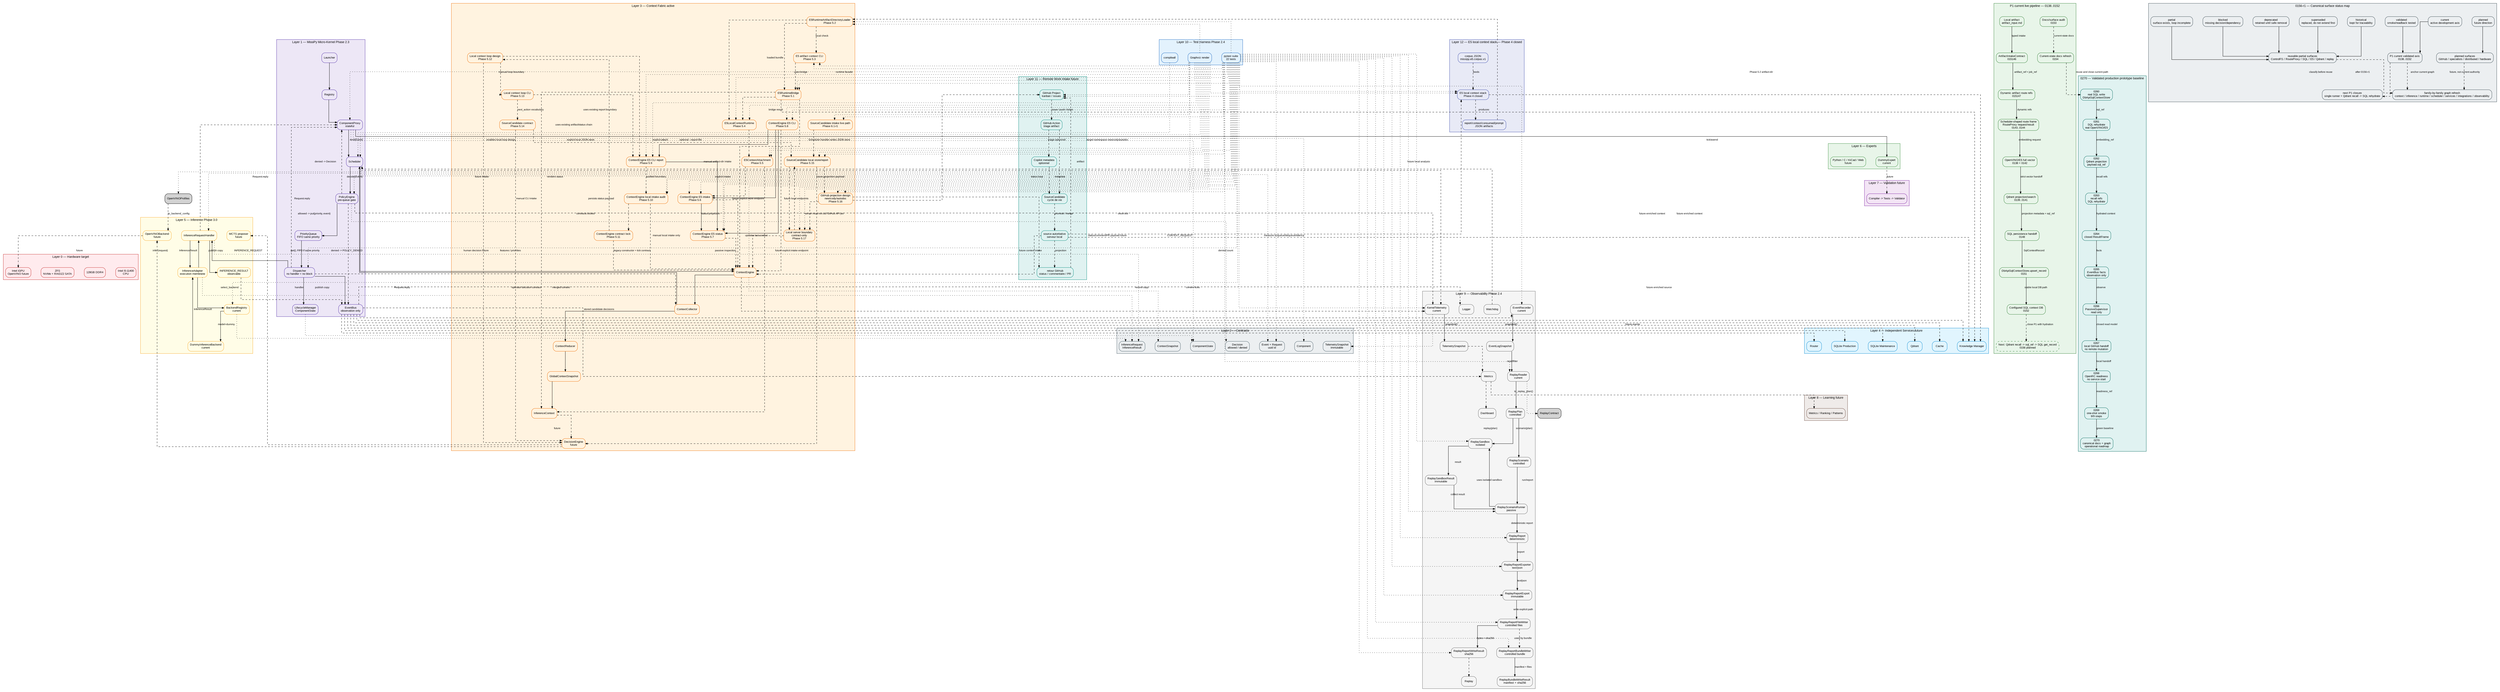
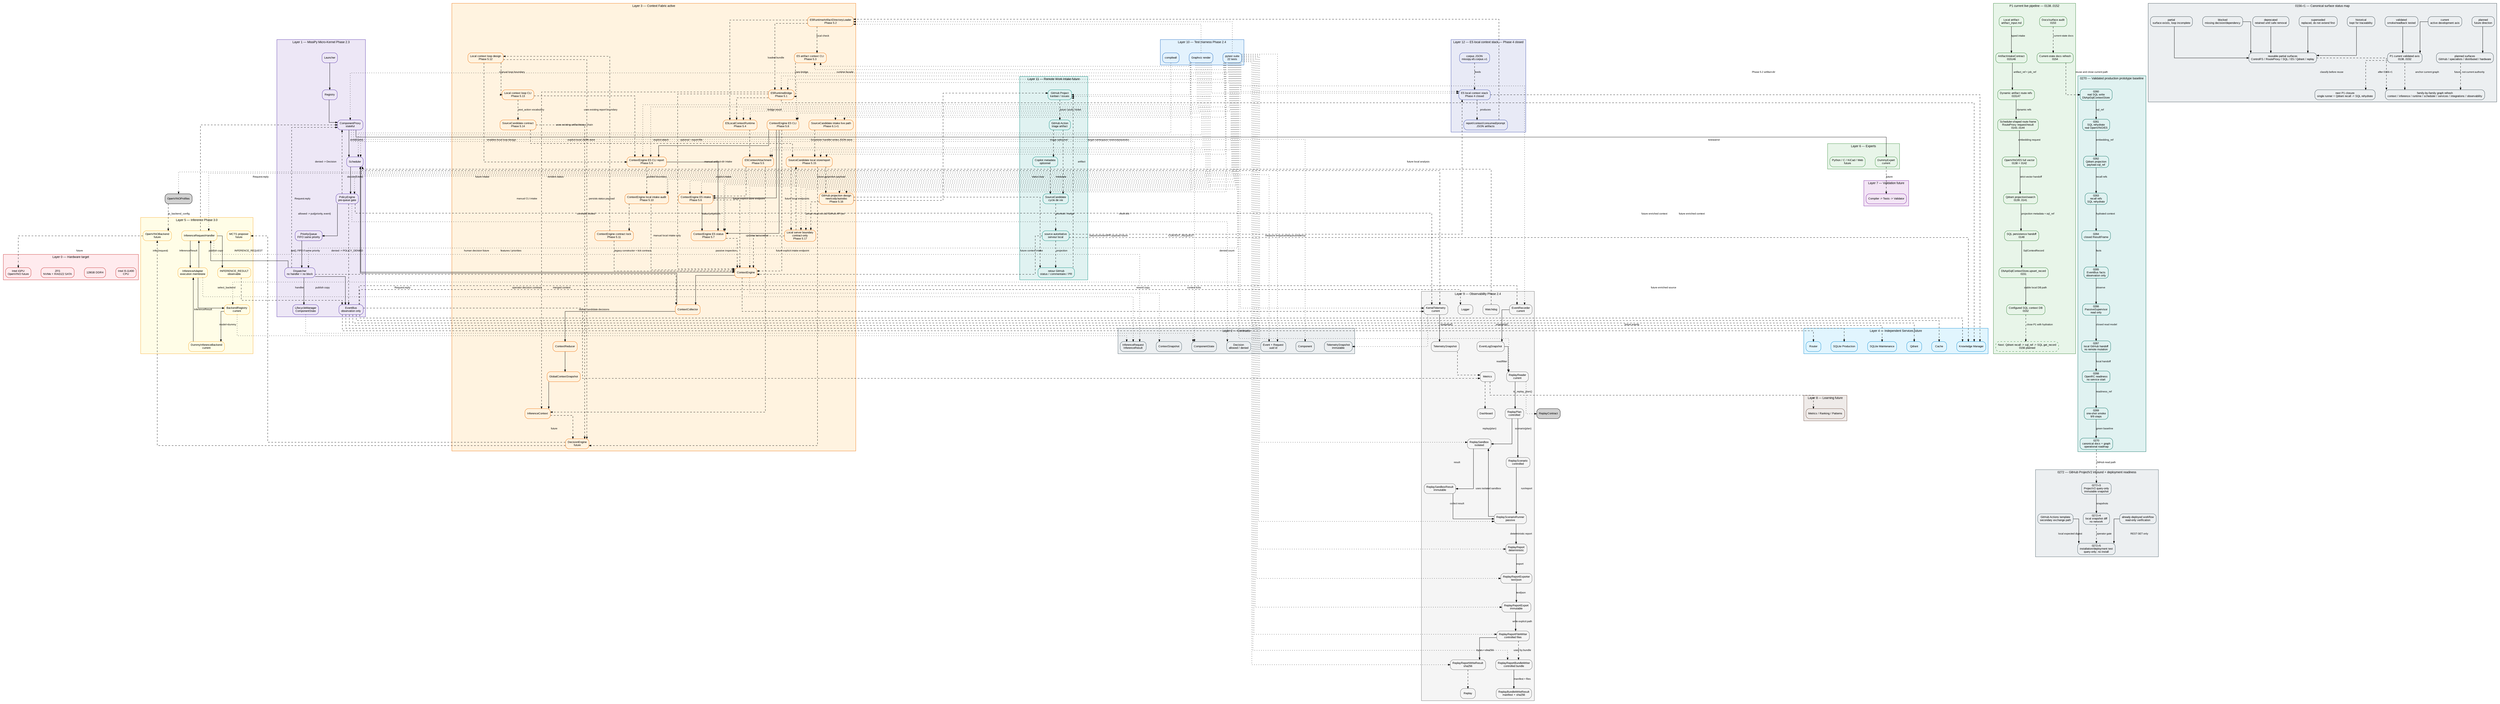
digraph Global {
    // ROADMAP_ID: global

    rankdir=TB;

    // ROADMAP_NOTE[phase2_5]:
    // BackendRegistry est ajouté au layer inference pour préparer
    // l’enregistrement explicite d’OpenVINO sans modifier le Scheduler.

    // ROADMAP_NOTE[phase3_0]:
    // OpenVINOModelProfileRegistry est ajouté pour décrire un ou plusieurs
    // modèles OpenVINO possibles avant de créer les backends exécutables.
    // ROADMAP_NOTE[phase0155]:
    // Canonical graph refresh: 00_global.dot is kept as the master graph.
    // P1 current live pipeline 0138..0152 is now visible from the global graph:
    // artifact intake -> dynamic route refs -> RouteProxy frames -> OpenVINO/E5
    // full vector -> Qdrant projection -> SQL handoff -> DbApiSqlContextStore
    // controlled write -> SQL readback. Changelogs become mandatory for each
    // significant architecture/runtime/doc/code-rule step.
    // ROADMAP_NOTE[phase0270]:
    // The canonical graph now exposes the validated 0260..0269 prototype axis.
    // SQL remains durable authority; Qdrant is projection/recall; OpenVINO/E5 is
    // explicit; EventBus and PassiveSupervisor are observation only; GitHub has
    // no implicit remote mutation; OpenRC/OS/admin owns external processes.

    compound=true;
    splines=ortho;
    nodesep=0.5;
    ranksep=0.8;

    graph [fontname="Arial", fontsize=11];
    node [shape=box, style="rounded,filled", fontname="Arial", fontsize=10];
    edge [fontname="Arial", fontsize=9, arrowsize=0.7];

    // ROADMAP_NOTE[phase2_4]:
// ReplayReportBundleWriter ajoute un dossier de replay contrôlé :
// report.txt, report.json et manifest.json avec sha256. La roadmap DOT
// est aussi vérifiée par tests/docs/test_dot_links.py afin que les liens
// descente/remontée pointent vers des sources DOT existantes.
    // Le Layer 9 ajoute ReplayReportFileWriter après ReplayReportExport.
    // Cette étape persiste les exports texte/JSON vers chemins explicites.
    // Aucun répertoire n'est créé ni aucun fichier écrasé sans demande explicite.
    // Le writer reste passif et ne commande jamais le Scheduler vivant.


    // ROADMAP_NOTE[phase4_18_r2]:
    // GitHub Project Orchestrator est visible dans l'architecture globale.
    // Cette couche reste future et documentaire : pas d'API GitHub, pas de token,
    // pas de polling réseau et pas de dépendance Copilot dans le coeur.

    // ROADMAP_NOTE[phase4_19]:
    // La Phase 4 se clôt par un audit du moteur local E5 : corpus, recherche,
    // diagnostics, gates, rapports, contexte, consommation et prompt packet.
    // Le stack E5 reste hors Scheduler, hors Qdrant et hors backend de réponse.

    // ROADMAP_NOTE[phase4_20]:
    // Phase 4 clôturée : le moteur local E5 produit des artefacts déterministes
    // de recherche, contexte consommé et prompt packet. La Phase 5 peut brancher
    // ce socle au serveur local ou au Context Engine sans changer ces frontières.

    // ROADMAP_NOTE[phase5_2]:
    // E5RuntimeArtifactDirectoryLoader ajoute la bordure IO locale pour lire un
    // artifact-dir Phase 4 et réutiliser le pont pur E5RuntimeBridge. Aucun daemon,
    // réseau, Scheduler vivant, Qdrant ou LLM n'est introduit.


    // ROADMAP_NOTE[phase5_4]:
    // E5LocalContextRuntime ajoute une façade runtime locale stable au-dessus
    // du loader 5.2 et du bridge 5.1. Elle retourne un statut typé et un
    // InferenceContext sans CLI, daemon, réseau, Scheduler vivant, Qdrant ou LLM.

    // ROADMAP_NOTE[phase5_5]:
    // E5ContextAttachment fusionne explicitement un résultat runtime E5 local
    // avec un InferenceContext existant. Cette étape prépare l'intake futur du
    // ContextEngine sans lancer Scheduler, daemon, réseau, Qdrant ou LLM.

    // ROADMAP_NOTE[phase5_6]:
    // ContextEngine reçoit une entrée E5 explicite : artifact-dir ou runtime result
    // -> attachement -> last_inference_context. Aucun autoload, aucun Scheduler
    // vivant, aucun daemon, réseau, Qdrant ou LLM n'est introduit.

    // ROADMAP_NOTE[phase5_7]:
    // E5ContextEngineStatus ajoute une projection passive et sérialisable
    // de l'état E5 attaché au ContextEngine. Elle ne lit aucun fichier,
    // ne mute aucun contexte et ne déclenche aucun Scheduler/backend.

    // ROADMAP_NOTE[phase5_8]:
    // E5ContextEngineCLI ajoute une bordure manuelle : artifact-dir ->
    // ContextEngine.attach_e5_artifact_dir() -> E5ContextEngineStatus. Elle
    // ne lance aucun Scheduler vivant, daemon, réseau, Qdrant ou LLM.


    // ROADMAP_NOTE[phase5_10]:
    // Phase 5.10 audite le bloc d'intake manuel local : artifact-dir Phase 4,
    // ContextEngine E5 CLI, report JSON et projection status. Elle ne modifie
    // pas le runtime et prépare seulement la bascule future vers serveur/local loop.

    // ROADMAP_NOTE[phase5_9]:
    // E5ContextEngineCLIReport ajoute --report-file à la bordure CLI 5.8.
    // La commande existante peut persister son payload intake + status en JSON
    // atomique sans nouvelle surface CLI, Scheduler vivant, réseau, Qdrant ou LLM.







    // ROADMAP_NOTE[phase5_17]:
    // LocalServerBoundary formalise une surface serveur local future pour
    // SourceCandidate, reports et ContextEngine intake. Cette étape reste
    // contract-only : pas de serveur, socket, framework, réseau, GitHub API,
    // token, Scheduler autoload, Qdrant, LLM ou appel OpenVINO.




    // ROADMAP_NOTE[phase6_1_r1]:
    // la CLI produit une commande typée qui traverse Scheduler -> Dispatcher
    // -> SourceCandidateIntakeHandler -> store JSON réel -> événement observable.
    // ROADMAP_NOTE[phase6_1]:
    // SourceCandidateIntakeCLI démarre Phase 6 : une entrée opérateur locale
    // crée ou remplace une SourceCandidate dans le store JSON atomique. Aucun
    // serveur, daemon, réseau, API GitHub, token, Qdrant, LLM ou OpenVINO.

    // ROADMAP_NOTE[phase5_18]:
    // Phase 5 se clôt sur l'intégration locale contrôlée : artifact-dir E5,
    // runtime bridge/facade, ContextEngine intake explicite, status/report,
    // SourceCandidate local, projection GitHub documentaire et frontière
    // adapter serveur futur non choisie. Aucun daemon, réseau, GitHub API,
    // token, Qdrant, LLM ou appel OpenVINO caché n'est introduit.

    // ROADMAP_NOTE[phase5_17_r1]:
    // LocalServerBoundaryClarification précise que la frontière serveur est
    // un contrat d'adapter futur non choisi : adapter_kind=undecided et
    // framework_choice=undecided. FastAPI/Flask ne sont pas recommandés ici.

    // ROADMAP_NOTE[phase5_16]:
    // GitHubProjectionDesign formalise la projection future entre le store
    // local SourceCandidate et newicody/autodoc. Cette étape reste documentaire :
    // aucun token, réseau, polling, GitHub API, serveur, Qdrant ou LLM.

    // ROADMAP_NOTE[phase5_15]:
    // SourceCandidateStorageReport ajoute un store JSON local explicite pour
    // SourceCandidate : load, upsert atomique, snapshot et rapport optionnel.
    // La valeur newicody/autodoc reste une projection future sans API GitHub,
    // réseau, token, daemon, Qdrant, LLM ou base de données.

    // ROADMAP_NOTE[phase5_14]:
    // SourceCandidateContract ajoute le contrat local d'une entrée candidate :
    // origin/input/policy/status/decision/transition immuable. La valeur
    // newicody/autodoc prépare la projection GitHub future sans API, réseau ou token.

    // ROADMAP_NOTE[phase5_13]:
    // LocalContextLoopCLI ajoute une orchestration manuelle mince : artifact-dir
    // Phase 4 -> ContextEngine intake -> status -> report + next_action opérateur.
    // Elle ne relance pas E5/OpenVINO, ne mute aucune décision et n'ajoute aucun
    // daemon, serveur, réseau, Qdrant, LLM ou stockage persistant.

    // ROADMAP_NOTE[phase5_12]:
    // LocalContextLoopDesign formalise la boucle locale manuelle : artifact-dir
    // Phase 4 -> runtime local -> intake explicite ContextEngine -> status/report
    // -> décision humaine. Aucun serveur, daemon, réseau, stockage persistant,
    // Qdrant, LLM ou appel OpenVINO caché n'est introduit.

    // ROADMAP_NOTE[phase5_3]:
    // E5 artifact context CLI ajoute une bordure de vérification locale pour
    // afficher l'InferenceContext construit depuis un artifact-dir, sans daemon,
    // réseau, Scheduler vivant, Qdrant ou LLM.

    subgraph cluster_L0 {
        label="Layer 0 — Hardware target";
        color="#c62828";
        bgcolor="#ffebee";
        node [fillcolor="#ffebee", color="#c62828"];
        CPU [label="Intel i5-11400\nCPU"];
        RAM [label="128GB DDR4"];
        Storage [label="ZFS\nNVMe + RAIDZ2 SATA"];
        GPU [label="Intel iGPU\nOpenVINO future"];
    }

    subgraph cluster_L1 {
        label="Layer 1 — MissiPy Micro-Kernel Phase 2.3";
        color="#512da8";
        bgcolor="#ede7f6";
        node [fillcolor="#ede7f6", color="#512da8"];
        Launcher [URL="scheduler/10_scheduler.svg", tooltip="Zoom Scheduler"];
        Registry [URL="scheduler/10_scheduler.svg", tooltip="Registry"];
        Proxy [label="ComponentProxy\nstateful", URL="scheduler/component_proxy/14_component_proxy.svg", tooltip="Runtime proxy"];
        Scheduler [URL="scheduler/10_scheduler.svg", tooltip="Zoom Scheduler"];
        Policy [label="PolicyEngine\npre-queue gate", URL="scheduler/10_scheduler.svg"];
        Queue [label="PriorityQueue\nFIFO same priority", URL="scheduler/priority_queue/13_priority_queue.svg"];
        Dispatcher [label="Dispatcher\nno handler = no block", URL="scheduler/dispatcher/11_dispatcher.svg"];
        EventBus [label="EventBus\nobservation only", URL="scheduler/event_bus/12_event_bus.svg"];
        Lifecycle [label="LifecycleManager\nComponentState", URL="scheduler/10_scheduler.svg"];
    }

    subgraph cluster_L2 {
        label="Layer 2 — Contracts";
        color="#455a64";
        bgcolor="#eceff1";
        node [fillcolor="#eceff1", color="#455a64"];
        EventContract [label="Event + Request\nuuid id"];
        LifecycleContract [label="ComponentState"];
        ComponentContract [label="Component"];
        ContextContract [label="ContextSnapshot"];
        InferenceContract [label="InferenceRequest\nInferenceResult"];
        PolicyContract [label="Decision\nallowed / denied"];
        TelemetryContract [label="TelemetrySnapshot\nimmutable"];
    }

    subgraph cluster_L3 {
        label="Layer 3 — Context Fabric active";
        color="#ef6c00";
        bgcolor="#fff3e0";
        node [fillcolor="#fff3e0", color="#ef6c00"];
        ContextEngine [label="ContextEngine", URL="context/20_context.svg"];
        Collector [label="ContextCollector", URL="context/20_context.svg"];
        Reducer [label="ContextReducer", URL="context/20_context.svg"];
        Snapshot [label="GlobalContextSnapshot", URL="context/20_context.svg"];
        InferenceCtx [label="InferenceContext", URL="context/20_context.svg"];
        E5RuntimeBridge [label="E5RuntimeBridge\nPhase 5.1", URL="context/25_e5_runtime_bridge.svg"];
        E5ArtifactLoader [label="E5RuntimeArtifactDirectoryLoader\nPhase 5.2", URL="context/26_e5_artifact_directory_loader.svg"];
        E5ArtifactContextCLI [label="E5 artifact context CLI\nPhase 5.3", URL="context/27_e5_artifact_context_cli.svg"];
        E5LocalRuntime [label="E5LocalContextRuntime\nPhase 5.4", URL="context/28_e5_local_context_runtime.svg"];
        E5ContextAttachment [label="E5ContextAttachment\nPhase 5.5", URL="context/29_e5_context_attachment.svg"];
        E5ContextEngineIntake [label="ContextEngine E5 intake\nPhase 5.6", URL="context/30_e5_context_engine_intake.svg"];
        E5ContextEngineStatus [label="ContextEngine E5 status\nPhase 5.7", URL="context/31_e5_context_engine_status.svg"];
        E5ContextEngineCLI [label="ContextEngine E5 CLI\nPhase 5.8", URL="context/32_e5_context_engine_cli.svg"];
        E5ContextEngineCLIReport [label="ContextEngine E5 CLI report\nPhase 5.9", URL="context/33_e5_context_engine_cli_report.svg"];
        E5ContextEngineIntakeAudit [label="ContextEngine local intake audit\nPhase 5.10", URL="context/34_e5_context_engine_intake_audit.svg"];
        ContextEngineContractLock [label="ContextEngine contract lock\nPhase 5.11", URL="context/35_context_engine_contract_lock.svg"];
        LocalContextLoopDesign [label="Local context loop design\nPhase 5.12", URL="context/36_local_context_loop_design.svg"];
        LocalContextLoopCLI [label="Local context loop CLI\nPhase 5.13", URL="context/37_local_context_loop_cli.svg"];
        SourceCandidateContract [label="SourceCandidate contract\nPhase 5.14", URL="context/38_source_candidate_contract.svg"];
        SourceCandidateStore [label="SourceCandidate local store/report\nPhase 5.15", URL="context/39_source_candidate_storage_report.svg"];
        GitHubProjectionDesign [label="GitHub projection design\nnewicody/autodoc\nPhase 5.16", URL="context/40_github_projection_design.svg"];
        LocalServerBoundary [label="Local server boundary\ncontract-only\nPhase 5.17", URL="context/41_local_server_boundary.svg"];
        Decision [label="DecisionEngine\nfuture", URL="context/20_context.svg"];
        SourceCandidateIntakeLivePath [label="SourceCandidate intake live path\nPhase 6.1-r1", URL="context/44_source_candidate_intake_live_path.svg"];
    }

    E5ContextEngineIntake -> E5ContextEngineStatus [label="status projection"];
    E5ContextEngineCLI -> E5ContextEngineIntake [label="manual artifact-dir intake"];
    E5ContextEngineCLI -> E5ContextEngineStatus [label="renders status"];
    E5ContextEngineCLI -> E5ContextEngineCLIReport [label="optional --report-file"];
    E5ContextEngineCLIReport -> E5ContextEngineStatus [label="persists status payload"];
    E5ContextEngineCLIReport -> E5ContextEngineIntakeAudit [style=dashed, label="audited boundary"];
    E5ContextEngineIntakeAudit -> ContextEngineContractLock [style=dashed, label="contracts locked"];
    ContextEngineContractLock -> ContextEngine [style=dashed, label="legacy constructor + tick contract"];
    E5ContextEngineIntakeAudit -> ContextEngine [style=dashed, label="manual local intake only"];
    ContextEngineContractLock -> LocalContextLoopDesign [style=dashed, label="enables local loop design"];
    LocalContextLoopDesign -> E5ContextEngineCLIReport [style=dashed, label="uses existing report boundary"];
    LocalContextLoopDesign -> LocalContextLoopCLI [style=dashed, label="manual loop boundary"];
    LocalContextLoopCLI -> E5ContextEngineCLIReport [style=dashed, label="uses existing artifact/status chain"];
    LocalContextLoopCLI -> SourceCandidateContract [style=dashed, label="next_action vocabulary"];
    SourceCandidateContract -> SourceCandidateStore [style=dashed, label="explicit local JSON store"];
    SourceCandidateStore -> Decision [style=dashed, label="stored candidate decisions"];
    SourceCandidateIntakeLivePath -> SourceCandidateStore [style=dashed, label="Scheduler handler writes JSON store"];
    SourceCandidateStore -> GitHubProjectionDesign [style=dashed, label="future projection payload"];
    SourceCandidateContract -> Decision [style=dashed, label="operator decision contract"];
    LocalContextLoopDesign -> Decision [style=dashed, label="human decision future"];


    subgraph cluster_P1_CURRENT_0155 {
        label="P1 current live pipeline — 0138..0152";
        color="#2e7d32";
        bgcolor="#e8f5e9";
        node [fillcolor="#e8f5e9", color="#2e7d32"];

        P1Artifact [label="Local artifact\nartifact_input.md", URL="runtime/145_local_artifact_vector_indexing_runner.svg"];
        P1Intake [label="ArtifactIntakeContract\n015146", URL="runtime/146_artifact_intake_contract.svg"];
        P1RouteRefs [label="Dynamic artifact route refs\n015147", URL="runtime/147_dynamic_artifact_route_refs.svg"];
        P1SchedulerRoute [label="Scheduler-shaped route frame\nRouteProxy request/result\n0143..0144", URL="runtime/143_scheduler_vector_indexing_smoke.svg"];
        P1OpenVINO [label="OpenVINO/E5 full vector\n0138 + 0142", URL="runtime/142_machine_vector_handoff.svg"];
        P1Qdrant [label="Qdrant projection/search\n0139..0141", URL="runtime/140_qdrant_projection_operator_rest_smoke.svg"];
        P1SqlHandoff [label="SQL persistence handoff\n0148", URL="runtime/148_sql_persistence_handoff.svg"];
        P1SqlStore [label="DbApiSqlContextStore.upsert_record\n0151", URL="runtime/151_sql_context_store_controlled_write.svg"];
        P1ConfiguredDb [label="Configured SQL context DB\n0152", URL="runtime/152_sql_context_store_configured_db_path.svg"];
        P1DocsAudit [label="Docs/surface audit\n0153", URL="runtime/153_architecture_docs_surface_audit.svg"];
        P1DocsRefresh [label="Current-state docs refresh\n0154", URL="runtime/154_current_p1_pipeline.svg"];
        P1RehydrationNext [label="Next: Qdrant recall -> sql_ref -> SQL get_record\n0156 planned", style="rounded,dashed,filled"];
    }

    P1Artifact -> P1Intake [label="typed intake"];
    P1Intake -> P1RouteRefs [label="artifact_ref + job_ref"];
    P1RouteRefs -> P1SchedulerRoute [label="dynamic refs"];
    P1SchedulerRoute -> P1OpenVINO [label="embedding request"];
    P1OpenVINO -> P1Qdrant [label="strict vector handoff"];
    P1Qdrant -> P1SqlHandoff [label="projection metadata + sql_ref"];
    P1SqlHandoff -> P1SqlStore [label="SqlContextRecord"];
    P1SqlStore -> P1ConfiguredDb [label="stable local DB path"];
    P1ConfiguredDb -> P1RehydrationNext [style=dashed, label="close P1 with hydration"];
    P1DocsAudit -> P1DocsRefresh [style=dashed, label="current-state docs"];


    subgraph cluster_L4 {
        label="Layer 4 — Independent Services future";
        color="#0288d1";
        bgcolor="#e1f5fe";
        node [fillcolor="#e1f5fe", color="#0288d1"];
        Router [URL="services/30_services.svg"];
        SQLiteProd [label="SQLite Production", URL="services/30_services.svg"];
        SQLiteMaint [label="SQLite Maintenance", URL="services/30_services.svg"];
        Qdrant [URL="services/30_services.svg"];
        Cache [URL="services/30_services.svg"];
        Knowledge [label="Knowledge Manager", URL="services/30_services.svg"];
    }

    subgraph cluster_L5 {
        label="Layer 5 — Inference Phase 3.0";
        color="#f9a825";
        bgcolor="#fffde7";
        node [fillcolor="#fffde7", color="#f9a825"];
        InferenceHandler [label="InferenceRequestHandler", URL="inference/40_inference.svg"];
        InferenceAdapter [label="InferenceAdapter\nexecution membrane", URL="inference/40_inference.svg"];
        BackendRegistry [label="BackendRegistry\ncurrent", URL="inference/40_inference.svg"];
        DummyBackend [label="DummyInferenceBackend\ncurrent", URL="inference/40_inference.svg"];
        InferenceResult [label="INFERENCE_RESULT\nobservable", URL="inference/40_inference.svg"];
        OpenVINO [label="OpenVINOBackend\nfuture", URL="inference/40_inference.svg"];
        MCTS [label="MCTS proposer\nfuture"];
    }

    subgraph cluster_L6 {
        label="Layer 6 — Experts";
        color="#388e3c";
        bgcolor="#e8f5e9";
        node [fillcolor="#e8f5e9", color="#388e3c"];
        Dummy [label="DummyExpert\ncurrent", URL="experts/40_experts.svg"];
        ExpertsFuture [label="Python / C / KiCad / Web\nfuture", URL="experts/40_experts.svg"];
    }

    subgraph cluster_L7 {
        label="Layer 7 — Validation future";
        color="#7b1fa2";
        bgcolor="#f3e5f5";
        node [fillcolor="#f3e5f5", color="#7b1fa2"];
        Validation [label="Compiler -> Tests -> Validator", URL="validation/50_validation.svg"];
    }

    subgraph cluster_L8 {
        label="Layer 8 — Learning future";
        color="#6d4c41";
        bgcolor="#efebe9";
        node [fillcolor="#efebe9", color="#6d4c41"];
        Learning [label="Metrics / Ranking / Patterns", URL="learning/60_learning.svg"];
    }

    subgraph cluster_L9 {
        label="Layer 9 — Observability Phase 2.4";
        color="#666666";
        bgcolor="#f5f5f5";
        node [fillcolor="#f5f5f5", color="#666666"];
        Logger [URL="observability/70_observability.svg"];
        KernelTelemetry [label="KernelTelemetry
current", URL="observability/70_observability.svg"];
        TelemetrySnapshot [label="TelemetrySnapshot", URL="observability/70_observability.svg"];
        EventRecorder [label="EventRecorder
current", URL="observability/70_observability.svg"];
        EventLogSnapshot [label="EventLogSnapshot", URL="observability/70_observability.svg"];
        ReplayReader [label="ReplayReader
current", URL="observability/70_observability.svg"];
        ReplayPlan [label="ReplayPlan
controlled", URL="observability/70_observability.svg"];
        ReplaySandbox [label="ReplaySandbox
isolated", URL="observability/70_observability.svg"];
        ReplaySandboxResult [label="ReplaySandboxResult
immutable", URL="observability/70_observability.svg"];
        ReplayScenario [label="ReplayScenario
controlled", URL="observability/70_observability.svg"];
        ReplayScenarioRunner [label="ReplayScenarioRunner
passive", URL="observability/70_observability.svg"];
        ReplayReport [label="ReplayReport
deterministic", URL="observability/70_observability.svg"];
        ReplayReportExporter [label="ReplayReportExporter
text/json", URL="observability/70_observability.svg"];
        ReplayReportExport [label="ReplayReportExport
immutable", URL="observability/70_observability.svg"];
        ReplayReportFileWriter [label="ReplayReportFileWriter
controlled files", URL="observability/70_observability.svg"];
        ReplayReportWriteResult [label="ReplayReportWriteResult
sha256", URL="observability/70_observability.svg"];
        ReplayReportBundleWriter [label="ReplayReportBundleWriter
controlled bundle", URL="observability/70_observability.svg"];
        ReplayBundleWriteResult [label="ReplayBundleWriteResult
manifest + sha256", URL="observability/70_observability.svg"];
        Metrics [URL="observability/70_observability.svg"];
        Replay [URL="observability/70_observability.svg"];
        Dashboard [URL="observability/70_observability.svg"];
        Watchdog [URL="observability/70_observability.svg"];
    }

    subgraph cluster_L10 {
        label="Layer 10 — Test Harness Phase 2.4";
        color="#1565c0";
        bgcolor="#e3f2fd";
        node [fillcolor="#e3f2fd", color="#1565c0"];
        Pytest [label="pytest suite\n22 tests", URL="tests/80_tests.svg"];
        CompileAll [label="compileall"];
        DotRender [label="Graphviz render"];
    }



    subgraph cluster_L11 {
        label="Layer 11 — Remote Work Intake future";
        color="#00897b";
        bgcolor="#e0f2f1";
        node [fillcolor="#e0f2f1", color="#00897b"];
        GitHubProject [label="GitHub Project
kanban / issues", URL="integrations/90_github_project_orchestrator.svg"];
        GitHubAction [label="GitHub Action
triage artifact", URL="integrations/90_github_project_orchestrator.svg"];
        CopilotMetadata [label="Copilot metadata
optionnel", URL="integrations/90_github_project_orchestrator.svg"];
        SourceCandidate [label="SourceCandidate
cycle de vie", URL="integrations/91_source_candidate_lifecycle.svg"];
        LocalAuthority [label="source autoritative
serveur local", URL="integrations/91_source_candidate_lifecycle.svg"];
        GitHubFeedback [label="retour GitHub
status / commentaire / PR", URL="integrations/90_github_project_orchestrator.svg"];
    }

    subgraph cluster_L12 {
        label="Layer 12 — E5 local context stack — Phase 4 closed";
        color="#3949ab";
        bgcolor="#e8eaf6";
        node [fillcolor="#e8eaf6", color="#3949ab"];
        E5LocalStack [label="E5 local context stack
Phase 4 closed", URL="inference/74_e5_phase4_closure.svg"];
        E5Corpus [label="corpus JSON
missipy.e5.corpus.v1", URL="inference/73_e5_phase4_final_audit.svg"];
        E5Reports [label="report/context/consumed/prompt
JSON artifacts", URL="inference/74_e5_phase4_closure.svg"];
    }

    Launcher -> Registry;
    Registry -> Proxy;
    Proxy -> Scheduler [label="emit(Event)"];
    Scheduler -> Policy [label="decide(Event)"];
    Policy -> Queue [label="allowed -> put(priority, event)"];
    Policy -> EventBus [label="denied -> POLICY_DENIED", style=dashed];
    Policy -> Proxy [label="denied -> Decision", style=dashed];
    Queue -> Dispatcher [label="get(), FIFO if same priority"];
    Dispatcher -> Lifecycle [label="handler"];
    Dispatcher -> EventBus [label="publish copy"];
    Dispatcher -> Proxy [label="Request.reply", style=dashed];

    Lifecycle -> LifecycleContract [style=dotted];
    Proxy -> LifecycleContract [style=dotted];

    Scheduler -> ContextEngine [label="clock tick"];
    ContextEngine -> Collector;
    Collector -> Scheduler [label="CONTEXT_REQUEST"];
    Dispatcher -> Collector [label="Request.reply", style=dashed];
    Collector -> Reducer;
    Reducer -> Snapshot;
    Snapshot -> InferenceCtx;
    InferenceCtx -> Decision [style=dashed, label="future"];

    Scheduler -> EventContract [style=dotted];
    Policy -> PolicyContract [style=dotted];
    KernelTelemetry -> TelemetryContract [style=dotted];
    Proxy -> ComponentContract [style=dotted];
    ContextEngine -> ContextContract [style=dotted];
    InferenceHandler -> InferenceContract [style=dotted];
    ReplayReader -> ReplayContract [style=dotted];
    InferenceAdapter -> InferenceContract [style=dotted];
    BackendRegistry -> InferenceContract [style=dotted];

    Proxy -> Dummy [label="tick/asend"];

    Dispatcher -> InferenceHandler [label="INFERENCE_REQUEST"];
    InferenceHandler -> InferenceAdapter [label="infer(request)"];
    InferenceAdapter -> BackendRegistry [label="select_backend"];
    BackendRegistry -> DummyBackend [label="model=dummy"];
    DummyBackend -> InferenceAdapter [label="InferenceResult"];
    InferenceAdapter -> InferenceHandler [label="InferenceResult"];
    InferenceHandler -> InferenceResult [label="publish copy"];
    InferenceHandler -> Proxy [label="Request.reply", style=dashed];
    InferenceResult -> EventBus [style=dashed];
    OpenVINOProfiles -> OpenVINO [style=dashed, label="to_backend_config"];
    OpenVINO -> GPU [style=dashed, label="future"];
    E5Corpus -> E5LocalStack [style=dashed, label="feeds"];
    E5LocalStack -> E5Reports [style=dashed, label="produces"];
    E5Reports -> E5ArtifactLoader [style=dashed, label="Phase 5.2 artifact-dir"];
    E5ArtifactLoader -> E5RuntimeBridge [style=dashed, label="loaded bundle"];
    E5ArtifactLoader -> E5ArtifactContextCLI [style=dashed, label="local check"];
    E5ArtifactContextCLI -> E5RuntimeBridge [style=dashed, label="uses bridge"];
    E5ArtifactLoader -> E5LocalRuntime [style=dashed, label="runtime facade"];
    E5RuntimeBridge -> E5LocalRuntime [style=dashed, label="bridge result"];
    E5LocalRuntime -> E5ContextAttachment [style=dashed, label="explicit attach"];
    E5ContextAttachment -> InferenceCtx [style=dashed, label="merged context"];
    E5RuntimeBridge -> InferenceCtx [style=dashed, label="features / priorities"];
    E5ContextAttachment -> E5ContextEngineIntake [style=dashed, label="explicit intake"];
    E5ContextEngineIntake -> ContextEngine [style=dashed, label="updates last context"];
    E5ContextEngineStatus -> ContextEngine [style=dashed, label="passive inspection"];
    E5ContextEngineCLI -> ContextEngine [style=dashed, label="manual CLI intake"];
    E5RuntimeBridge -> ContextEngine [style=dashed, label="future intake"];
    E5RuntimeBridge -> Knowledge [style=dashed, label="future enriched context"];
    E5LocalStack -> Knowledge [style=dashed, label="future enriched context"];

    Scheduler -> KernelTelemetry [style=dashed, label="measure enqueue/dequeue/latency"];
    Policy -> KernelTelemetry [style=dashed, label="denied count"];
    ContextEngine -> KernelTelemetry [style=dashed, label="context ticks"];
    KernelTelemetry -> TelemetrySnapshot [label="snapshot()"];
    TelemetrySnapshot -> Metrics [style=dashed];

    EventBus -> Logger [style=dashed];
    EventBus -> Metrics [style=dashed];
    EventBus -> EventRecorder [style=dashed, label="record copy"];
    EventRecorder -> EventLogSnapshot [label="snapshot()"];
    EventLogSnapshot -> ReplayReader [label="read/filter"];
    ReplayReader -> ReplayPlan [label="to_replay_plan()"];
    ReplayPlan -> ReplaySandbox [label="replay(plan)"];
    ReplaySandbox -> ReplaySandboxResult [label="result"];
    ReplayPlan -> ReplayScenario [label="scenario(plan)"];
    ReplayScenario -> ReplayScenarioRunner [label="run/report"];
    ReplayScenarioRunner -> ReplaySandbox [label="uses isolated sandbox"];
    ReplaySandboxResult -> ReplayScenarioRunner [label="collect result"];
    ReplayScenarioRunner -> ReplayReport [label="deterministic report"];
    ReplayReport -> ReplayReportExporter [label="export"];
    ReplayReportExporter -> ReplayReportExport [label="text/json"];
    ReplayReportExport -> ReplayReportFileWriter [label="write explicit path"];
    ReplayReportFileWriter -> ReplayReportWriteResult [label="bytes + sha256"];
    ReplayReportFileWriter -> ReplayReportBundleWriter [style=dashed, label="used by bundle"];
    ReplayReportBundleWriter -> ReplayBundleWriteResult [label="manifest + files"];
    ReplayReportWriteResult -> Replay [style=dashed];
    Metrics -> Dashboard [style=dashed];
    Watchdog -> Scheduler [style=dashed];

    Pytest -> EventContract [style=dotted];
    Pytest -> Dispatcher [style=dotted];
    Pytest -> Proxy [style=dotted];
    Pytest -> ContextEngine [style=dotted];
    Pytest -> InferenceHandler [style=dotted];
    Pytest -> BackendRegistry [style=dotted];
    Pytest -> OpenVINOProfiles [style=dotted];
    Pytest -> Policy [style=dotted];
    Pytest -> KernelTelemetry [style=dotted];
    Pytest -> EventRecorder [style=dotted];
    Pytest -> ReplayReader [style=dotted];
    Pytest -> ReplaySandbox [style=dotted];
    Pytest -> ReplayScenarioRunner [style=dotted];
    Pytest -> ReplayReport [style=dotted];
    Pytest -> ReplayReportExporter [style=dotted];
    Pytest -> ReplayReportExport [style=dotted];
    Pytest -> ReplayReportFileWriter [style=dotted];
    Pytest -> ReplayReportBundleWriter [style=dotted];
    Pytest -> ReplayReportWriteResult [style=dotted];
    CompileAll -> Scheduler [style=dotted];
    DotRender -> Scheduler [style=dotted];

    EventBus -> Router [style=dashed, label="future events"];
    EventBus -> SQLiteProd [style=dashed];
    EventBus -> SQLiteMaint [style=dashed];
    EventBus -> Qdrant [style=dashed];
    EventBus -> Cache [style=dashed];
    EventBus -> Knowledge [style=dashed];
    Decision -> OpenVINO [style=dashed];
    Decision -> MCTS [style=dashed];
    Dummy -> Validation [style=dashed, label="future"];
    Metrics -> Learning [style=dashed];

    GitHubProject -> GitHubAction [style=dashed, label="issue / push / ticket"];
    GitHubAction -> CopilotMetadata [style=dashed, label="triage optionnel"];
    CopilotMetadata -> SourceCandidate [style=dashed, label="metadata"];
    GitHubAction -> SourceCandidate [style=dashed, label="artifact"];
    SourceCandidate -> LocalAuthority [style=dashed, label="promote / merge"];
    LocalAuthority -> E5LocalStack [style=dashed, label="future local analysis"];
    LocalAuthority -> ContextEngine [style=dashed, label="future context intake"];
    LocalAuthority -> Knowledge [style=dashed, label="future enriched source"];
    LocalAuthority -> GitHubFeedback [style=dashed, label="projection"];
    GitHubProjectionDesign -> GitHubProject [style=dashed, label="target namespace newicody/autodoc"];
    GitHubProjectionDesign -> GitHubFeedback [style=dashed, label="status/comment/PR payload future"];
    SourceCandidateStore -> LocalServerBoundary [style=dashed, label="future local endpoints"];
    GitHubProjectionDesign -> LocalServerBoundary [style=dashed, label="server must not call GitHub API yet"];
    LocalServerBoundary -> ContextEngine [style=dashed, label="future explicit intake endpoint"];
    LocalServerBoundary -> SourceCandidateStore [style=dashed, label="future explicit store endpoint"];
    GitHubFeedback -> GitHubProject [style=dashed, label="status loop"];
    Pytest -> GitHubProject [style=dotted];
    Pytest -> E5LocalStack [style=dotted];
    Pytest -> E5RuntimeBridge [style=dotted];
    Pytest -> E5ArtifactLoader [style=dotted];
    Pytest -> E5ArtifactContextCLI [style=dotted];
    Pytest -> E5LocalRuntime [style=dotted];
    Pytest -> E5ContextAttachment [style=dotted];
    Pytest -> E5ContextEngineIntake [style=dotted];
    Pytest -> E5ContextEngineStatus [style=dotted];
    Pytest -> E5ContextEngineCLI [style=dotted];
    Pytest -> E5ContextEngineCLIReport [style=dotted];
    Pytest -> E5ContextEngineIntakeAudit [style=dotted];
    Pytest -> SourceCandidateStore [style=dotted];
    Pytest -> SourceCandidateIntakeLivePath [style=dotted];
    Pytest -> GitHubProjectionDesign [style=dotted];
    Pytest -> LocalServerBoundary [style=dotted];
    DotRender -> GitHubProject [style=dotted];
    DotRender -> E5LocalStack [style=dotted];
    DotRender -> E5RuntimeBridge [style=dotted];
    DotRender -> E5ArtifactLoader [style=dotted];
    DotRender -> E5ArtifactContextCLI [style=dotted];
    DotRender -> E5LocalRuntime [style=dotted];
    DotRender -> E5ContextAttachment [style=dotted];
    DotRender -> E5ContextEngineIntake [style=dotted];
    DotRender -> E5ContextEngineStatus [style=dotted];
    DotRender -> E5ContextEngineCLI [style=dotted];
    DotRender -> E5ContextEngineCLIReport [style=dotted];
    DotRender -> E5ContextEngineIntakeAudit [style=dotted];
    DotRender -> SourceCandidateStore [style=dotted];
    DotRender -> SourceCandidateIntakeLivePath [style=dotted];
    DotRender -> GitHubProjectionDesign [style=dotted];
    DotRender -> LocalServerBoundary [style=dotted];

   // ROADMAP_NOTE[phase0156_r1]:
   // 0156-r1 updates the canonical global graph from the exact local
   // 00_global.dot state. It adds a status inventory view without deleting
   // historical graph branches and without creating runtime code.

   subgraph cluster_0156_R1_GLOBAL_STATUS {
       label="0156-r1 — Canonical surface status map";
       color="#37474f";
       bgcolor="#eceff1";
       node [fillcolor="#eceff1", color="#37474f"];

       StatusCurrent0156R1 [label="current\nactive development axis"];
       StatusValidated0156R1 [label="validated\nsmoke/readback tested"];
       StatusPartial0156R1 [label="partial\nsurface exists, loop incomplete"];
       StatusPlanned0156R1 [label="planned\nfuture direction"];
       StatusHistorical0156R1 [label="historical\nkept for traceability"];
       StatusSuperseded0156R1 [label="superseded\nreplaced, do not extend first"];
       StatusDeprecated0156R1 [label="deprecated\nretained until safe removal"];
       StatusBlocked0156R1 [label="blocked\nmissing decision/dependency"];

       P1CurrentAxis0156R1 [label="P1 current validated axis\n0138..0152"];
       P1Next0156R1 [label="next P1 closure\nsingle runner + Qdrant recall -> SQL rehydrate"];
       ReusableSurfaces0156R1 [label="reusable partial surfaces\nControlFS / RouteProxy / SQL / E5 / Qdrant / replay"];
       PlannedSurfaces0156R1 [label="planned surfaces\nGitHub / specialists / distributed / hardware"];
       FamilyRefresh0156R1 [label="family-by-family graph refresh\ncontext / inference / runtime / scheduler / services / integrations / observability"];

       StatusCurrent0156R1 -> P1CurrentAxis0156R1;
       StatusValidated0156R1 -> P1CurrentAxis0156R1;
       StatusPartial0156R1 -> ReusableSurfaces0156R1;
       StatusHistorical0156R1 -> ReusableSurfaces0156R1;
       StatusSuperseded0156R1 -> ReusableSurfaces0156R1;
       StatusDeprecated0156R1 -> ReusableSurfaces0156R1;
       StatusBlocked0156R1 -> ReusableSurfaces0156R1;
       StatusPlanned0156R1 -> PlannedSurfaces0156R1;

       P1CurrentAxis0156R1 -> P1Next0156R1 [style=dashed, label="after 0156-r1"];
       P1CurrentAxis0156R1 -> FamilyRefresh0156R1 [style=dashed, label="anchor current graph"];
       ReusableSurfaces0156R1 -> FamilyRefresh0156R1 [style=dashed, label="classify before reuse"];
       PlannedSurfaces0156R1 -> FamilyRefresh0156R1 [style=dashed, label="future, not current authority"];
   }


   subgraph cluster_0270_PROTOTYPE_OPERATIONAL_BASELINE {
       label="0270 — Validated production prototype baseline";
       color="#00695c";
       bgcolor="#e0f2f1";
       node [fillcolor="#e0f2f1", color="#00695c"];

       PrototypeSql0260 [label="0260\nreal SQL write\nDbApiSqlContextStore"];
       PrototypeEmbedding0261 [label="0261\nSQL rehydrate\nreal OpenVINO/E5"];
       PrototypeProjection0262 [label="0262\nQdrant projection\npayload.sql_ref"];
       PrototypeRecall0263 [label="0263\nrecall refs\nSQL rehydrate"];
       PrototypeClosedFrame0264 [label="0264\nclosed ResultFrame"];
       PrototypeEventBus0265 [label="0265\nEventBus facts\nobservation only"];
       PrototypeSupervisor0266 [label="0266\nPassiveSupervisor\nread only"];
       PrototypeGitHub0267 [label="0267\nlocal GitHub handoff\nno remote mutation"];
       PrototypeReadiness0268 [label="0268\nOpenRC readiness\nno service start"];
       PrototypeSmoke0269 [label="0269\none-shot smoke\n9/9 steps"];
       PrototypeDocs0270 [label="0270\ncanonical docs + graph\noperational roadmap"];

       PrototypeSql0260 -> PrototypeEmbedding0261 [label="sql_ref"];
       PrototypeEmbedding0261 -> PrototypeProjection0262 [label="embedding_ref"];
       PrototypeProjection0262 -> PrototypeRecall0263 [label="recall refs"];
       PrototypeRecall0263 -> PrototypeClosedFrame0264 [label="hydrated context"];
       PrototypeClosedFrame0264 -> PrototypeEventBus0265 [label="facts"];
       PrototypeEventBus0265 -> PrototypeSupervisor0266 [label="observe"];
       PrototypeSupervisor0266 -> PrototypeGitHub0267 [label="closed read model"];
       PrototypeGitHub0267 -> PrototypeReadiness0268 [label="local handoff"];
       PrototypeReadiness0268 -> PrototypeSmoke0269 [label="readiness_ref"];
       PrototypeSmoke0269 -> PrototypeDocs0270 [label="green baseline"];
   }

   P1DocsRefresh -> PrototypeSql0260 [style=dashed, label="reuse and close current path"];

+ 
+ 
+    subgraph cluster_0272_GITHUB_PROJECT_INBOUND_READINESS {
+        label="0272 — GitHub ProjectV2 inbound + deployment readiness";
+        color="#455a64";
+        bgcolor="#eceff1";
+        node [fillcolor="#eceff1", color="#455a64"];
+ 
+        ProjectV2Snapshot0272 [label="0272-r3\nProjectV2 query-only\nimmutable snapshot"];
+        ProjectV2Changes0272 [label="0272-r4\nlocal snapshot diff\nno network"];
+        DeploymentReadiness0272 [label="0272-r5\ninstallation/deployment test\nquery-only; no install"];
+        ActionsTemplate0272 [label="GitHub Actions template\nsecondary exchange path"];
+        ExternalWorkflow0272 [label="already-deployed workflow\nread-only verification"];
+ 
+        ProjectV2Snapshot0272 -> ProjectV2Changes0272 [label="snapshots"];
+        ProjectV2Changes0272 -> DeploymentReadiness0272 [style=dashed, label="operator gate"];
+        ActionsTemplate0272 -> DeploymentReadiness0272 [label="local expected digest"];
+        ExternalWorkflow0272 -> DeploymentReadiness0272 [label="REST GET only"];
+    }
+ 
+    PrototypeDocs0270 -> ProjectV2Snapshot0272 [style=dashed, label="GitHub read path"];
}

